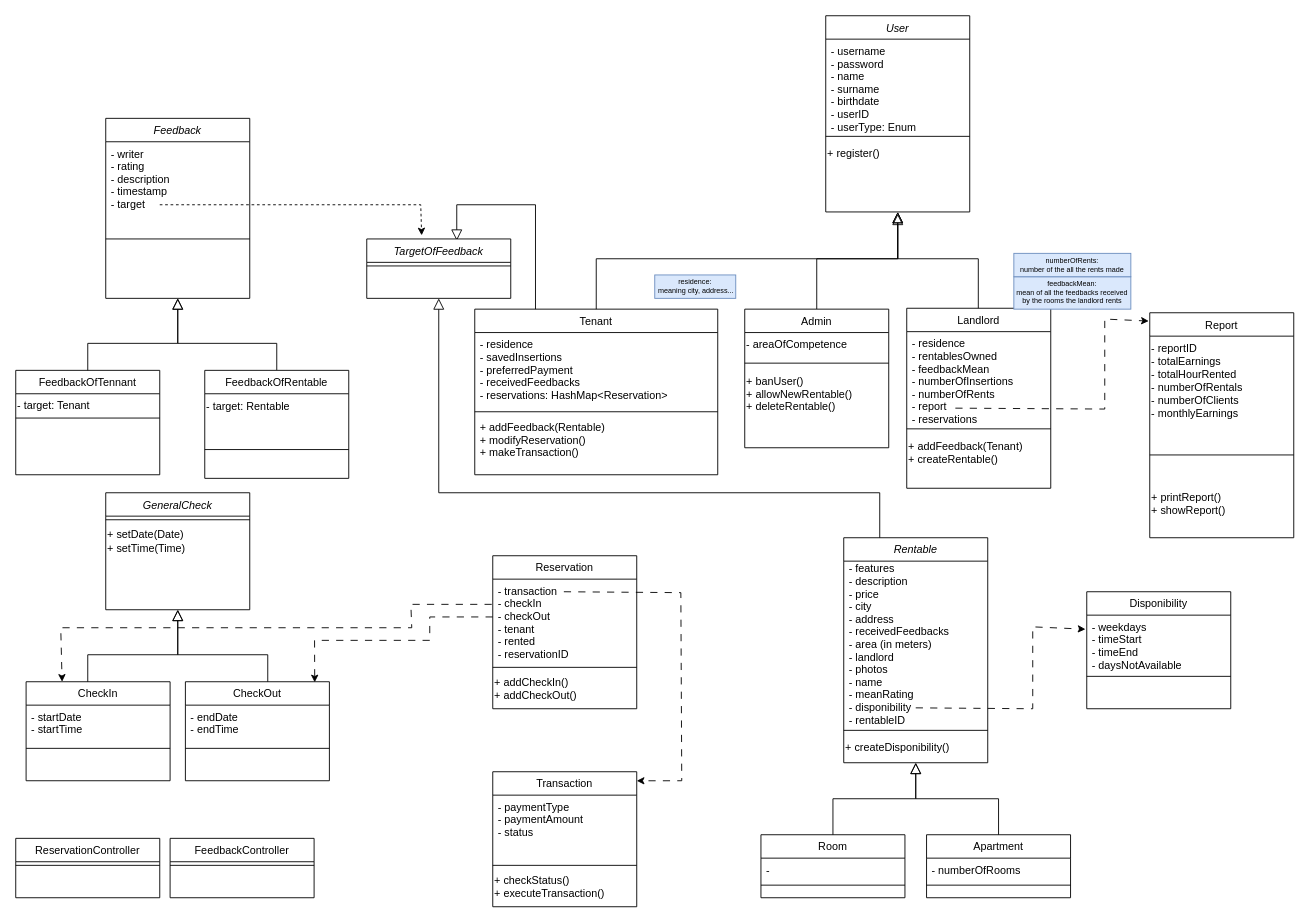
Before: class_diagram.drawio in dnbias/hroom, a draw.io diagram. Source tidied: cells renumbered, new cells numbered last; positions are measured from the earlier drawing's top-left corner, leaving out a move shared by most shapes. Both pictures are drawn from the tidied source at 90%, with x=0, y=0 at pixel (15, 15).
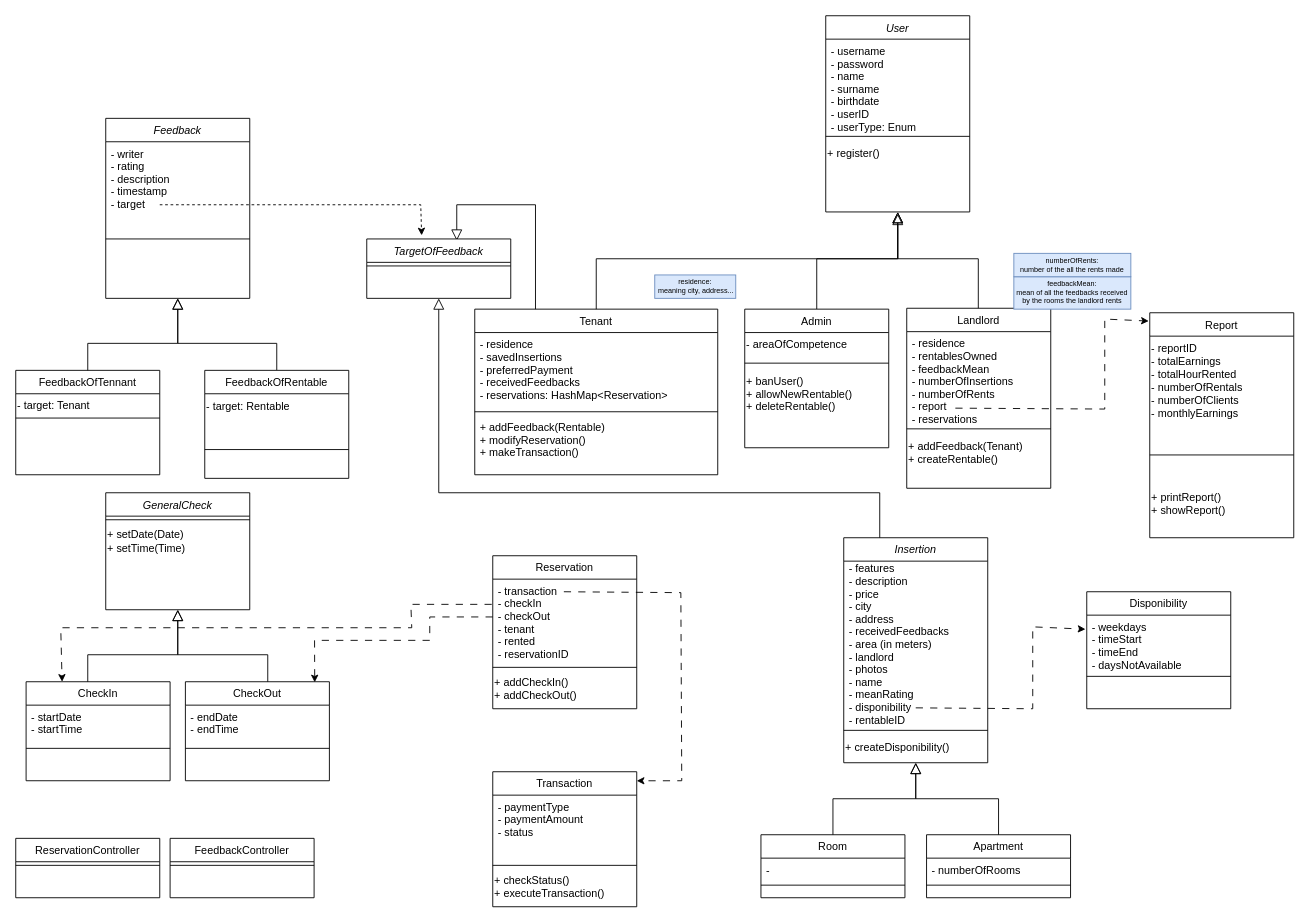
The same diagram, later.

What changed in the source:
```diff
@@
-    <mxCell id="22" value="Rentable" style="swimlane;fontStyle=2;align=center;verticalAlign=top;horizontal=1;startSize=26;rounded=0;shadow=0;strokeWidth=1;" parent="1" vertex="1">
+    <mxCell id="22" value="Insertion" style="swimlane;fontStyle=2;align=center;verticalAlign=top;horizontal=1;startSize=26;rounded=0;shadow=0;strokeWidth=1;" parent="1" vertex="1">
       <mxGeometry x="920" y="580" width="160" height="250" as="geometry" />
     </mxCell>
```
